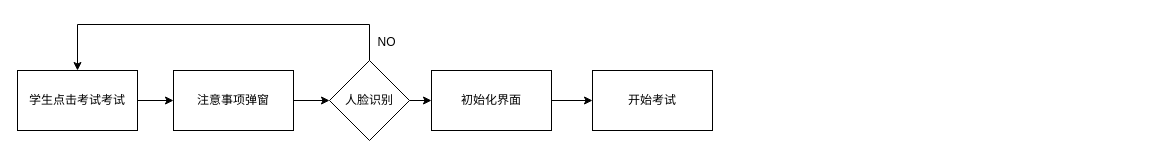
Above: examinationSystemVue/src/4-2-5.drawio in Sakeyuan/Web-ExaminationSystem (draw.io), before the change. Source tidied: cells renumbered, new cells numbered last; positions are measured from the earlier drawing's top-left corner, leaving out a move shared by most shapes. Both pictures are drawn from the tidied source at 100%, with x=0, y=0 at pixel (17, 24).
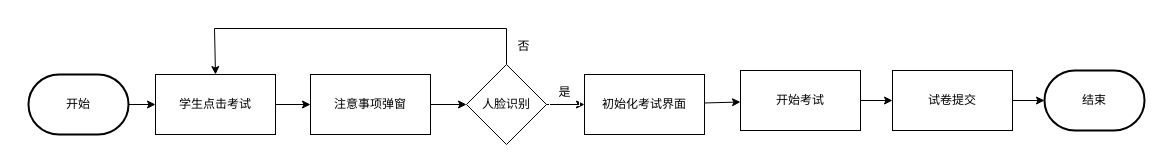
The same page after the edit.

The edit, as a diff of the source:
```diff
@@
-    <mxCell id="2" style="edgeStyle=none;html=1;strokeColor=#000000;" parent="1" edge="1" source="3" target="5">
+    <mxCell id="2" style="edgeStyle=none;html=1;strokeColor=#000000;fontColor=#000000;" parent="1" edge="1" source="3" target="5">
       <mxGeometry relative="1" as="geometry" />
     </mxCell>
-    <mxCell id="3" value="学生点击考试考试" style="rounded=0;whiteSpace=wrap;html=1;" parent="1" vertex="1">
-      <mxGeometry y="46" width="120" height="60" as="geometry" />
+    <mxCell id="3" value="学生点击考试" style="rounded=0;whiteSpace=wrap;html=1;fillColor=#FFFFFF;strokeColor=#000000;fontColor=#000000;" parent="1" vertex="1">
+      <mxGeometry x="138" y="50" width="120" height="60" as="geometry" />
     </mxCell>
-    <mxCell id="4" style="edgeStyle=none;html=1;strokeColor=#000000;" parent="1" edge="1" source="5" target="8">
+    <mxCell id="4" style="edgeStyle=none;html=1;strokeColor=#000000;fontColor=#000000;" parent="1" edge="1" source="5" target="8">
       <mxGeometry relative="1" as="geometry" />
     </mxCell>
-    <mxCell id="5" value="注意事项弹窗" style="rounded=0;whiteSpace=wrap;html=1;" parent="1" vertex="1">
-      <mxGeometry x="156" y="46" width="120" height="60" as="geometry" />
+    <mxCell id="5" value="注意事项弹窗" style="rounded=0;whiteSpace=wrap;html=1;fillColor=#FFFFFF;strokeColor=#000000;fontColor=#000000;" parent="1" vertex="1">
+      <mxGeometry x="293" y="50" width="120" height="60" as="geometry" />
     </mxCell>
-    <mxCell id="6" style="edgeStyle=none;html=1;exitX=0.5;exitY=0;exitDx=0;exitDy=0;entryX=0.5;entryY=0;entryDx=0;entryDy=0;strokeColor=#000000;rounded=0;" parent="1" edge="1" source="8" target="3">
+    <mxCell id="6" style="edgeStyle=none;html=1;exitX=0.5;exitY=0;exitDx=0;exitDy=0;entryX=0.5;entryY=0;entryDx=0;entryDy=0;strokeColor=#000000;rounded=0;fontColor=#000000;" parent="1" edge="1" source="8" target="3">
       <mxGeometry relative="1" as="geometry">
         <Array as="points">
-          <mxPoint x="352" />
-          <mxPoint x="60" />
+          <mxPoint x="489" y="4" />
+          <mxPoint x="197" y="4" />
         </Array>
       </mxGeometry>
     </mxCell>
@@
-    <mxCell id="8" value="人脸识别" style="rhombus;whiteSpace=wrap;html=1;rounded=0;" parent="1" vertex="1">
-      <mxGeometry x="312" y="36" width="80" height="80" as="geometry" />
+    <mxCell id="8" value="人脸识别" style="rhombus;whiteSpace=wrap;html=1;rounded=0;fillColor=#FFFFFF;strokeColor=#000000;fontColor=#000000;" parent="1" vertex="1">
+      <mxGeometry x="449" y="40" width="80" height="80" as="geometry" />
     </mxCell>
-    <mxCell id="9" value="&lt;font color=&quot;#000000&quot;&gt;NO&lt;/font&gt;" style="text;html=1;align=center;verticalAlign=middle;strokeColor=none;fillColor=none;" parent="1" vertex="1">
-      <mxGeometry x="351" y="5" width="36" height="26" as="geometry" />
+    <mxCell id="9" value="&lt;font&gt;否&lt;/font&gt;" style="text;html=1;align=center;verticalAlign=middle;strokeColor=#FFFFFF;fillColor=none;fontColor=#000000;" parent="1" vertex="1">
+      <mxGeometry x="491" y="9" width="30" height="26" as="geometry" />
     </mxCell>
@@
-    <mxCell id="11" value="初始化界面" style="whiteSpace=wrap;html=1;rounded=0;" parent="1" vertex="1">
-      <mxGeometry x="414" y="46" width="120" height="60" as="geometry" />
+    <mxCell id="11" value="初始化考试界面" style="whiteSpace=wrap;html=1;rounded=0;fillColor=#FFFFFF;strokeColor=#000000;fontColor=#000000;" parent="1" vertex="1">
+      <mxGeometry x="567" y="50" width="120" height="60" as="geometry" />
     </mxCell>
+    <mxCell id="13" style="edgeStyle=none;html=1;strokeColor=#000000;fontColor=#000000;" parent="1" edge="1" source="12" target="18">
+      <mxGeometry relative="1" as="geometry" />
+    </mxCell>
-    <mxCell id="12" value="开始考试" style="whiteSpace=wrap;html=1;rounded=0;" parent="1" vertex="1">
-      <mxGeometry x="575" y="46" width="120" height="60" as="geometry" />
+    <mxCell id="12" value="开始考试" style="whiteSpace=wrap;html=1;rounded=0;fillColor=#FFFFFF;strokeColor=#000000;fontColor=#000000;" parent="1" vertex="1">
+      <mxGeometry x="723" y="46" width="120" height="60" as="geometry" />
     </mxCell>
+    <mxCell id="14" style="edgeStyle=none;html=1;exitX=1;exitY=0.5;exitDx=0;exitDy=0;exitPerimeter=0;entryX=0;entryY=0.5;entryDx=0;entryDy=0;strokeColor=#000000;fontColor=#000000;" parent="1" edge="1" source="15" target="3">
+      <mxGeometry relative="1" as="geometry" />
+    </mxCell>
+    <mxCell id="15" value="开始" style="strokeWidth=2;html=1;shape=mxgraph.flowchart.terminator;whiteSpace=wrap;fillColor=#FFFFFF;strokeColor=#000000;fontColor=#000000;" parent="1" vertex="1">
+      <mxGeometry x="11" y="50" width="100" height="60" as="geometry" />
+    </mxCell>
+    <mxCell id="16" value="&lt;font&gt;是&lt;/font&gt;" style="text;html=1;align=center;verticalAlign=middle;strokeColor=#FFFFFF;fillColor=none;fontColor=#000000;" parent="1" vertex="1">
+      <mxGeometry x="532" y="55" width="30" height="26" as="geometry" />
+    </mxCell>
+    <mxCell id="17" style="edgeStyle=none;html=1;exitX=1;exitY=0.5;exitDx=0;exitDy=0;entryX=0;entryY=0.5;entryDx=0;entryDy=0;entryPerimeter=0;strokeColor=#000000;fontColor=#000000;" parent="1" edge="1" source="18" target="19">
+      <mxGeometry relative="1" as="geometry" />
+    </mxCell>
+    <mxCell id="18" value="试卷提交" style="whiteSpace=wrap;html=1;rounded=0;fillColor=#FFFFFF;strokeColor=#000000;fontColor=#000000;" parent="1" vertex="1">
+      <mxGeometry x="875" y="46" width="120" height="60" as="geometry" />
+    </mxCell>
+    <mxCell id="19" value="结束" style="strokeWidth=2;html=1;shape=mxgraph.flowchart.terminator;whiteSpace=wrap;fontColor=#000000;fillColor=#FFFFFF;strokeColor=#000000;" parent="1" vertex="1">
+      <mxGeometry x="1027" y="46" width="100" height="60" as="geometry" />
+    </mxCell>
```
